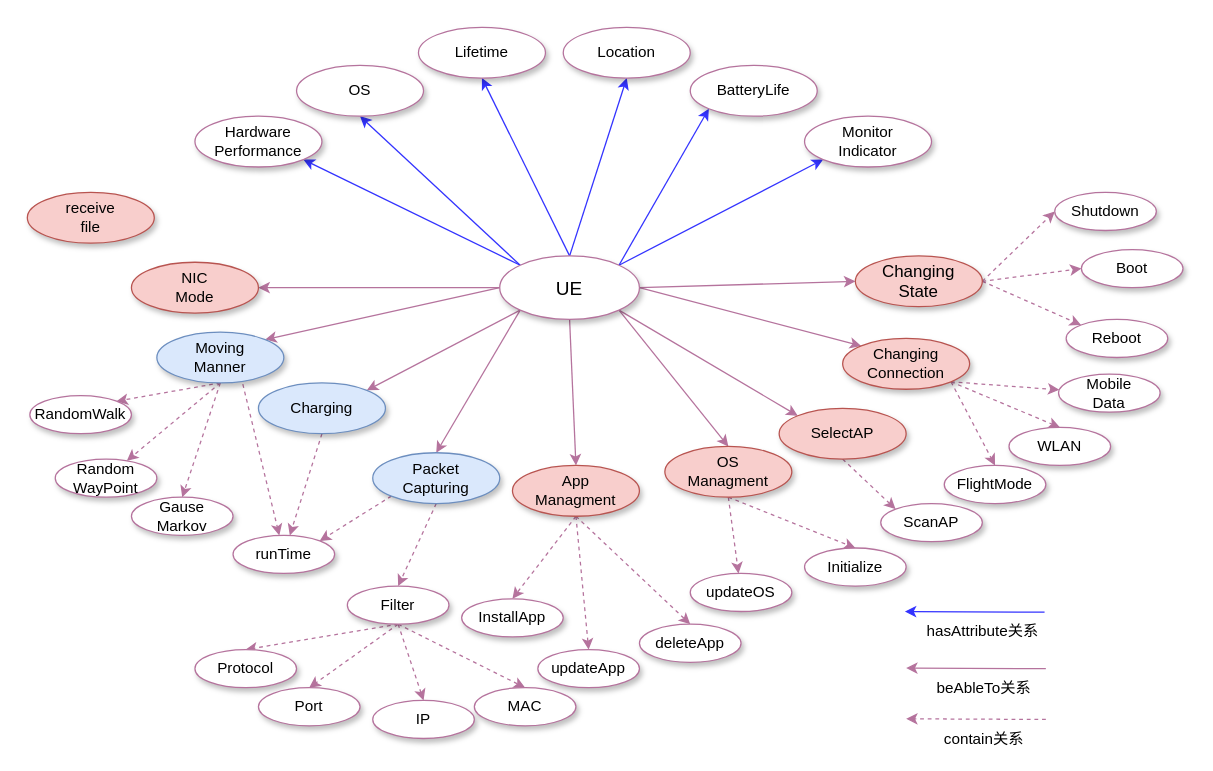
Icarus1994/neutron_conf keeps this draw.io diagram as page "Page-3" (3 of 4) of 描述语言RDF图.drawio. Above is the earlier version. Source tidied: cells renumbered, new cells numbered last; positions are measured from the earlier drawing's top-left corner, leaving out a move shared by most shapes. Both pictures are drawn from the tidied source at 127%, with x=0, y=0 at pixel (27, 27).
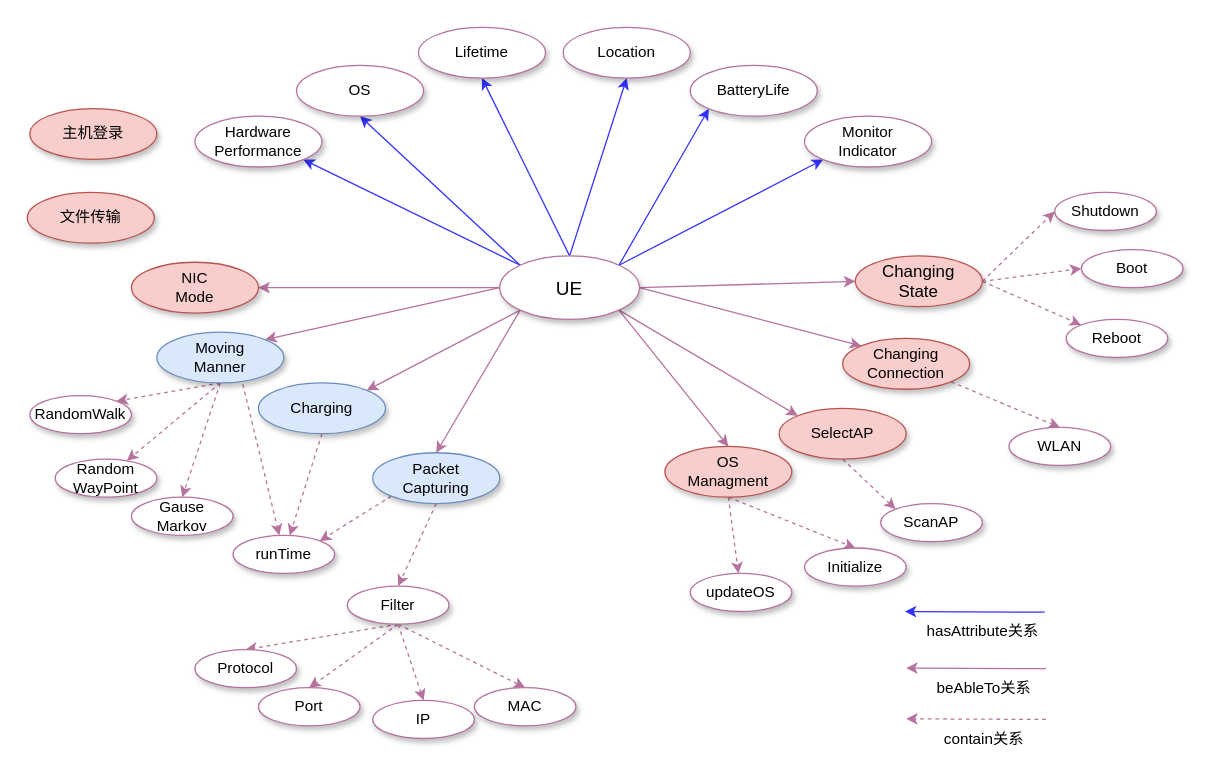
Above is the later version.

The change refers to these unchanged cells:
```xml
<mxCell id="17" value="&lt;font style=&quot;font-size: 15px&quot;&gt;UE&lt;/font&gt;" style="ellipse;whiteSpace=wrap;html=1;align=center;shadow=1;fillColor=#FFFFFF;strokeColor=#B5739D;" parent="1" vertex="1">
  <mxGeometry x="372" y="180" width="110" height="50" as="geometry" />
</mxCell>
<mxCell id="45" value="Changing&lt;br&gt;Connection" style="ellipse;whiteSpace=wrap;html=1;align=center;shadow=1;fillColor=#f8cecc;strokeColor=#b85450;" parent="1" vertex="1">
  <mxGeometry x="642" y="245" width="100" height="40" as="geometry" />
</mxCell>
```

What changed in the source:
```diff
@@
-    <mxCell id="8" style="edgeStyle=none;rounded=0;jettySize=auto;html=1;entryX=0.5;entryY=0;entryDx=0;entryDy=0;strokeColor=#B5739D;exitX=0.5;exitY=1;exitDx=0;exitDy=0;" parent="1" edge="1" source="17" target="41">
-      <mxGeometry relative="1" as="geometry" />
-    </mxCell>
@@
-    <mxCell id="38" style="edgeStyle=none;rounded=0;jettySize=auto;html=1;exitX=0.5;exitY=1;exitDx=0;exitDy=0;entryX=0.5;entryY=0;entryDx=0;entryDy=0;strokeColor=#B5739D;dashed=1;" parent="1" edge="1" source="41" target="56">
-      <mxGeometry relative="1" as="geometry" />
-    </mxCell>
-    <mxCell id="39" style="edgeStyle=none;rounded=0;jettySize=auto;html=1;exitX=0.5;exitY=1;exitDx=0;exitDy=0;entryX=0.5;entryY=0;entryDx=0;entryDy=0;strokeColor=#B5739D;dashed=1;" parent="1" edge="1" source="41" target="57">
-      <mxGeometry relative="1" as="geometry" />
-    </mxCell>
-    <mxCell id="40" style="edgeStyle=none;rounded=0;jettySize=auto;html=1;exitX=0.5;exitY=1;exitDx=0;exitDy=0;entryX=0.5;entryY=0;entryDx=0;entryDy=0;strokeColor=#B5739D;dashed=1;" parent="1" edge="1" source="41" target="66">
-      <mxGeometry relative="1" as="geometry" />
-    </mxCell>
-    <mxCell id="41" value="App&lt;br&gt;Managment" style="ellipse;whiteSpace=wrap;html=1;align=center;shadow=1;fillColor=#f8cecc;strokeColor=#b85450;" parent="1" vertex="1">
-      <mxGeometry x="382" y="345" width="100" height="40" as="geometry" />
-    </mxCell>
@@
-    <mxCell id="43" style="edgeStyle=none;rounded=0;jettySize=auto;html=1;exitX=1;exitY=1;exitDx=0;exitDy=0;strokeColor=#B5739D;dashed=1;" parent="1" edge="1" source="45" target="50">
-      <mxGeometry relative="1" as="geometry" />
-    </mxCell>
-    <mxCell id="44" style="edgeStyle=none;rounded=0;jettySize=auto;html=1;exitX=1;exitY=1;exitDx=0;exitDy=0;strokeColor=#B5739D;entryX=0.5;entryY=0;entryDx=0;entryDy=0;dashed=1;" parent="1" edge="1" source="45" target="71">
-      <mxGeometry relative="1" as="geometry" />
-    </mxCell>
@@
-    <mxCell id="50" value="Mobile&lt;br&gt;Data" style="ellipse;whiteSpace=wrap;html=1;align=center;shadow=1;fillColor=#FFFFFF;strokeColor=#B5739D;" parent="1" vertex="1">
-      <mxGeometry x="812" y="273" width="80" height="30" as="geometry" />
-    </mxCell>
@@
-    <mxCell id="56" value="InstallApp" style="ellipse;whiteSpace=wrap;html=1;align=center;shadow=1;fillColor=#FFFFFF;strokeColor=#B5739D;" parent="1" vertex="1">
-      <mxGeometry x="342" y="450" width="80" height="30" as="geometry" />
-    </mxCell>
-    <mxCell id="57" value="updateApp" style="ellipse;whiteSpace=wrap;html=1;align=center;shadow=1;fillColor=#FFFFFF;strokeColor=#B5739D;" parent="1" vertex="1">
-      <mxGeometry x="402" y="490" width="80" height="30" as="geometry" />
-    </mxCell>
@@
-    <mxCell id="66" value="deleteApp" style="ellipse;whiteSpace=wrap;html=1;align=center;shadow=1;fillColor=#FFFFFF;strokeColor=#B5739D;" parent="1" vertex="1">
-      <mxGeometry x="482" y="470" width="80" height="30" as="geometry" />
-    </mxCell>
@@
-    <mxCell id="71" value="FlightMode" style="ellipse;whiteSpace=wrap;html=1;align=center;shadow=1;fillColor=#FFFFFF;strokeColor=#B5739D;" parent="1" vertex="1">
-      <mxGeometry x="722" y="345" width="80" height="30" as="geometry" />
-    </mxCell>
@@
-    <mxCell id="84" value="receive&lt;br&gt;file" style="ellipse;whiteSpace=wrap;html=1;align=center;shadow=1;fillColor=#f8cecc;strokeColor=#b85450;" parent="1" vertex="1">
+    <mxCell id="84" value="文件传输" style="ellipse;whiteSpace=wrap;html=1;align=center;shadow=1;fillColor=#f8cecc;strokeColor=#b85450;" parent="1" vertex="1">
       <mxGeometry y="130" width="100" height="40" as="geometry" />
     </mxCell>
+    <mxCell id="85" value="主机登录" style="ellipse;whiteSpace=wrap;html=1;align=center;shadow=1;fillColor=#f8cecc;strokeColor=#b85450;" parent="1" vertex="1">
+      <mxGeometry x="2" y="64" width="100" height="40" as="geometry" />
+    </mxCell>
```
